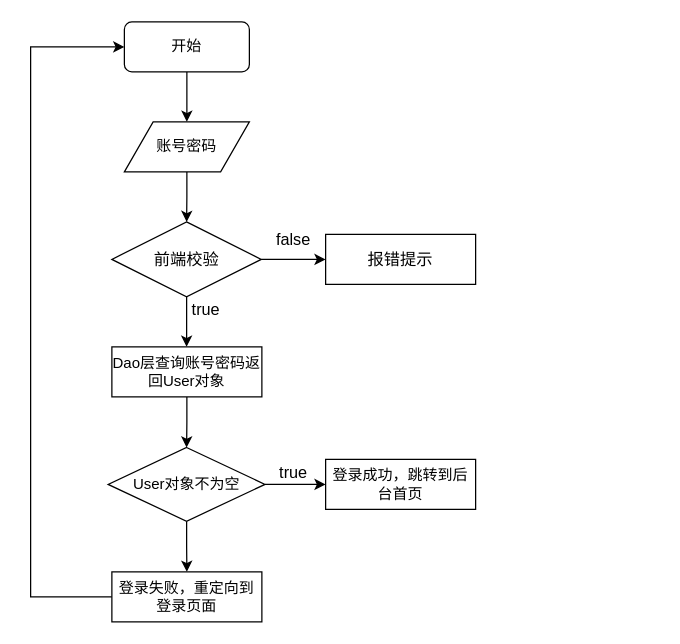
The draw.io diagram 登录模块流程图.drawio in Roookie-langp/diagrams, before the edit. Source tidied: cells renumbered, new cells numbered last; positions are measured from the earlier drawing's top-left corner, leaving out a move shared by most shapes. Both pictures are drawn from the tidied source at 125%, with x=0, y=0 at pixel (30, 21).
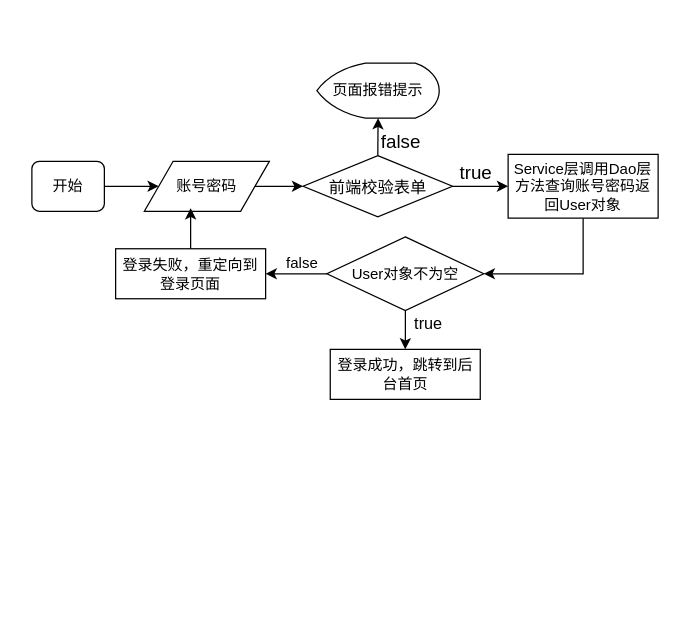
After the change.

Commit message:
更新登录模块流程图.drawio

The edit, as a diff of the source:
```diff
@@
-    <mxCell id="2" style="edgeStyle=orthogonalEdgeStyle;rounded=0;jettySize=auto;html=1;fontSize=13;entryX=0.5;entryY=0;entryDx=0;entryDy=0;" parent="1" edge="1" source="3" target="20">
+    <mxCell id="2" style="edgeStyle=orthogonalEdgeStyle;rounded=0;jettySize=auto;html=1;fontSize=13;entryX=0;entryY=0.5;entryDx=0;entryDy=0;" parent="1" edge="1" source="3" target="20">
       <mxGeometry relative="1" as="geometry" />
     </mxCell>
     <mxCell id="3" value="开始" style="rounded=1;whiteSpace=wrap;html=1;" parent="1" vertex="1">
-      <mxGeometry x="75" width="100" height="40" as="geometry" />
+      <mxGeometry x="1" y="111.5" width="58" height="40" as="geometry" />
     </mxCell>
-    <mxCell id="4" style="edgeStyle=orthogonalEdgeStyle;rounded=0;jettySize=auto;html=1;fontSize=13;startArrow=none;" parent="1" edge="1" source="14" target="7">
-      <mxGeometry relative="1" as="geometry">
-        <Array as="points">
-          <mxPoint x="125" y="240" />
-          <mxPoint x="125" y="240" />
-        </Array>
-      </mxGeometry>
-    </mxCell>
-    <mxCell id="5" value="true" style="edgeLabel;html=1;align=center;verticalAlign=middle;fontSize=13;" parent="4" vertex="1">
-      <mxGeometry x="-0.1" y="10" relative="1" as="geometry">
-        <mxPoint x="5" y="-8" as="offset" />
-      </mxGeometry>
-    </mxCell>
-    <mxCell id="6" style="edgeStyle=orthogonalEdgeStyle;rounded=0;jettySize=auto;html=1;fontSize=13;" parent="1" edge="1" source="7" target="10">
-      <mxGeometry relative="1" as="geometry" />
-    </mxCell>
-    <mxCell id="7" value="Dao层查询账号密码返回User对象" style="whiteSpace=wrap;html=1;rounded=0;" parent="1" vertex="1">
-      <mxGeometry x="65" y="260" width="120" height="40" as="geometry" />
-    </mxCell>
+    <mxCell id="13" style="edgeStyle=orthogonalEdgeStyle;rounded=0;jettySize=auto;html=1;fontSize=13;entryX=0.5;entryY=1;entryDx=0;entryDy=0;entryPerimeter=0;exitX=0.5;exitY=0;exitDx=0;exitDy=0;" parent="1" edge="1" source="14" target="22">
+      <mxGeometry relative="1" as="geometry" />
+    </mxCell>
+    <mxCell id="21" style="edgeStyle=orthogonalEdgeStyle;rounded=0;jettySize=auto;html=1;fontSize=15;" parent="1" edge="1" source="14" target="24">
+      <mxGeometry relative="1" as="geometry" />
+    </mxCell>
+    <mxCell id="14" value="前端校验表单" style="rhombus;whiteSpace=wrap;html=1;rounded=0;fontSize=13;strokeWidth=1;" parent="1" vertex="1">
+      <mxGeometry x="218" y="107" width="119.5" height="49" as="geometry" />
+    </mxCell>
+    <mxCell id="15" style="edgeStyle=orthogonalEdgeStyle;rounded=0;jettySize=auto;html=1;fontSize=13;endArrow=classic;startArrow=none;startFill=0;verticalAlign=top;endFill=1;exitX=1;exitY=0.5;exitDx=0;exitDy=0;" parent="1" edge="1" source="20" target="14">
+      <mxGeometry relative="1" as="geometry" />
+    </mxCell>
+    <mxCell id="20" value="账号密码" style="shape=parallelogram;html=1;strokeWidth=1;perimeter=parallelogramPerimeter;whiteSpace=wrap;rounded=0;arcSize=12;size=0.23;" parent="1" vertex="1">
+      <mxGeometry x="91" y="111.5" width="100" height="40" as="geometry" />
+    </mxCell>
+    <mxCell id="22" value="&lt;font style=&quot;font-size: 12px;&quot;&gt;页面报错提示&lt;/font&gt;" style="strokeWidth=1;html=1;shape=mxgraph.flowchart.display;whiteSpace=wrap;" parent="1" vertex="1">
+      <mxGeometry x="229" y="33" width="97.9" height="44" as="geometry" />
+    </mxCell>
+    <mxCell id="23" style="edgeStyle=orthogonalEdgeStyle;rounded=0;jettySize=auto;html=1;fontSize=13;entryX=1;entryY=0.5;entryDx=0;entryDy=0;exitX=0.5;exitY=1;exitDx=0;exitDy=0;" parent="1" edge="1" source="24" target="10">
+      <mxGeometry relative="1" as="geometry" />
+    </mxCell>
+    <mxCell id="24" value="Service层调用Dao层方法查询账号密码返回User对象" style="whiteSpace=wrap;html=1;rounded=0;" parent="1" vertex="1">
+      <mxGeometry x="382" y="106" width="120" height="51" as="geometry" />
+    </mxCell>
@@
     <mxCell id="10" value="User对象不为空" style="rhombus;whiteSpace=wrap;html=1;rounded=0;" parent="1" vertex="1">
-      <mxGeometry x="62" y="340.5" width="125.5" height="59" as="geometry" />
+      <mxGeometry x="237" y="172" width="125.5" height="59" as="geometry" />
     </mxCell>
     <mxCell id="11" value="登录成功，跳转到后台首页" style="whiteSpace=wrap;html=1;rounded=0;" parent="1" vertex="1">
-      <mxGeometry x="236" y="350" width="120" height="40" as="geometry" />
+      <mxGeometry x="239.7" y="262" width="120" height="40" as="geometry" />
     </mxCell>
     <mxCell id="12" value="true" style="text;html=1;align=center;verticalAlign=middle;strokeColor=none;fillColor=none;fontSize=13;" parent="1" vertex="1">
-      <mxGeometry x="190" y="350" width="40" height="20" as="geometry" />
+      <mxGeometry x="298" y="231" width="40" height="20" as="geometry" />
     </mxCell>
-    <mxCell id="13" style="edgeStyle=orthogonalEdgeStyle;rounded=0;jettySize=auto;html=1;fontSize=13;" parent="1" edge="1" source="14" target="16">
-      <mxGeometry relative="1" as="geometry" />
-    </mxCell>
-    <mxCell id="14" value="前端校验" style="rhombus;whiteSpace=wrap;html=1;rounded=0;fontSize=13;strokeWidth=1;" parent="1" vertex="1">
-      <mxGeometry x="65" y="160" width="119.5" height="60" as="geometry" />
-    </mxCell>
-    <mxCell id="15" style="edgeStyle=orthogonalEdgeStyle;rounded=0;jettySize=auto;html=1;fontSize=13;endArrow=classic;startArrow=none;startFill=0;verticalAlign=top;endFill=1;exitX=0.5;exitY=1;exitDx=0;exitDy=0;" parent="1" edge="1" source="20" target="14">
-      <mxGeometry relative="1" as="geometry" />
-    </mxCell>
-    <mxCell id="16" value="报错提示" style="whiteSpace=wrap;html=1;fontSize=13;rounded=0;strokeWidth=1;" parent="1" vertex="1">
-      <mxGeometry x="236" y="170" width="120" height="40" as="geometry" />
-    </mxCell>
-    <mxCell id="17" value="false" style="text;html=1;align=center;verticalAlign=middle;strokeColor=none;fillColor=none;fontSize=13;" parent="1" vertex="1">
-      <mxGeometry x="190" y="164" width="40" height="20" as="geometry" />
-    </mxCell>
-    <mxCell id="18" style="edgeStyle=orthogonalEdgeStyle;rounded=0;jettySize=auto;html=1;entryX=0;entryY=0.5;entryDx=0;entryDy=0;fontSize=13;startArrow=none;startFill=0;endArrow=classic;endFill=1;" parent="1" edge="1" source="19" target="3">
-      <mxGeometry relative="1" as="geometry">
-        <Array as="points">
-          <mxPoint y="460" />
-          <mxPoint y="20" />
-        </Array>
-      </mxGeometry>
-    </mxCell>
+    <mxCell id="25" value="false" style="text;html=1;align=center;verticalAlign=middle;strokeColor=none;fillColor=none;" parent="1" vertex="1">
+      <mxGeometry x="199" y="184" width="35" height="18" as="geometry" />
+    </mxCell>
+    <mxCell id="26" style="edgeStyle=orthogonalEdgeStyle;rounded=0;jettySize=auto;html=1;entryX=0.37;entryY=0.938;entryDx=0;entryDy=0;entryPerimeter=0;fontSize=12;" parent="1" edge="1" source="19" target="20">
+      <mxGeometry relative="1" as="geometry" />
+    </mxCell>
     <mxCell id="19" value="登录失败，重定向到登录页面" style="whiteSpace=wrap;html=1;rounded=0;" parent="1" vertex="1">
-      <mxGeometry x="65" y="440" width="120" height="40" as="geometry" />
+      <mxGeometry x="68" y="181.5" width="120" height="40" as="geometry" />
     </mxCell>
-    <mxCell id="20" value="账号密码" style="shape=parallelogram;html=1;strokeWidth=1;perimeter=parallelogramPerimeter;whiteSpace=wrap;rounded=0;arcSize=12;size=0.23;" parent="1" vertex="1">
-      <mxGeometry x="75" y="80" width="100" height="40" as="geometry" />
-    </mxCell>
+    <mxCell id="27" value="false" style="text;html=1;align=center;verticalAlign=middle;strokeColor=none;fillColor=none;fontSize=15;" parent="1" vertex="1">
+      <mxGeometry x="275" y="84" width="42" height="22" as="geometry" />
+    </mxCell>
+    <mxCell id="5" value="true" style="text;html=1;align=center;verticalAlign=middle;strokeColor=none;fillColor=none;fontSize=15;" parent="1" vertex="1">
+      <mxGeometry x="338" y="109" width="36" height="22" as="geometry" />
+    </mxCell>
```
